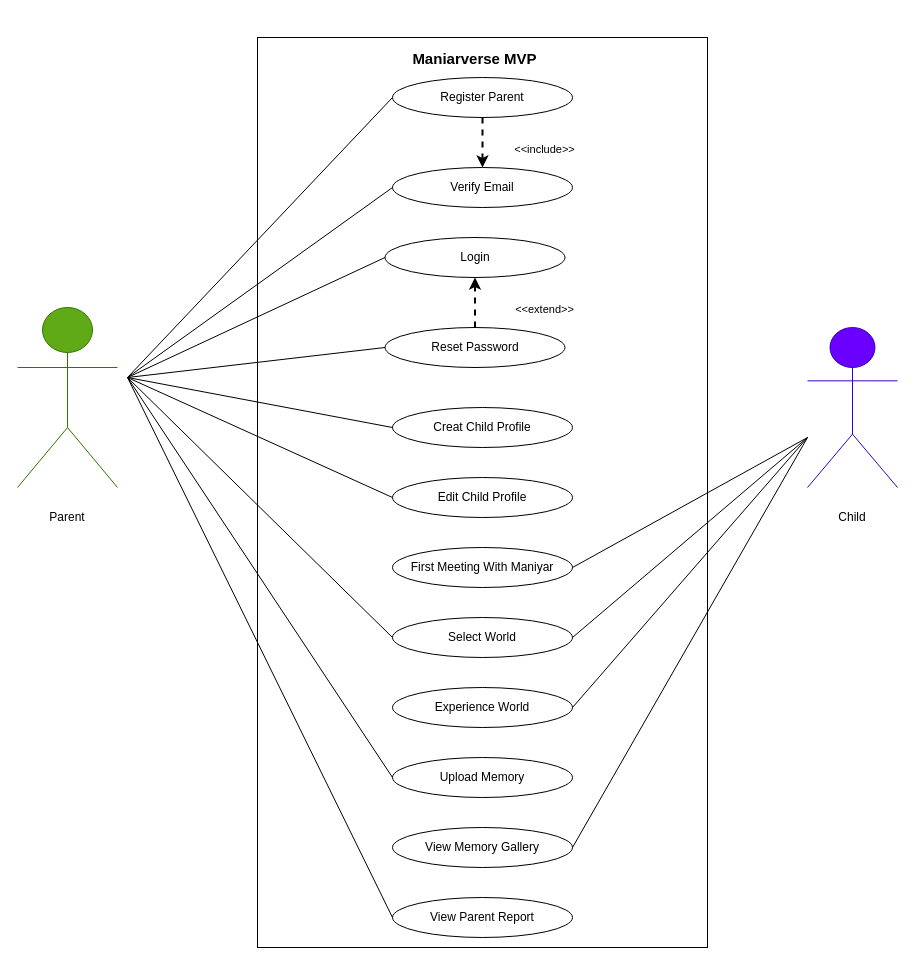
Above: docs/requirements/UseCaseDiagram_MVP_v1.0.drawio in khodadadipoone-boop/-Maniarverse- (draw.io), before the change. Source tidied: cells renumbered, new cells numbered last; positions are measured from the earlier drawing's top-left corner, leaving out a move shared by most shapes. Both pictures are drawn from the tidied source at 100%, with x=0, y=0 at pixel (17, 37).
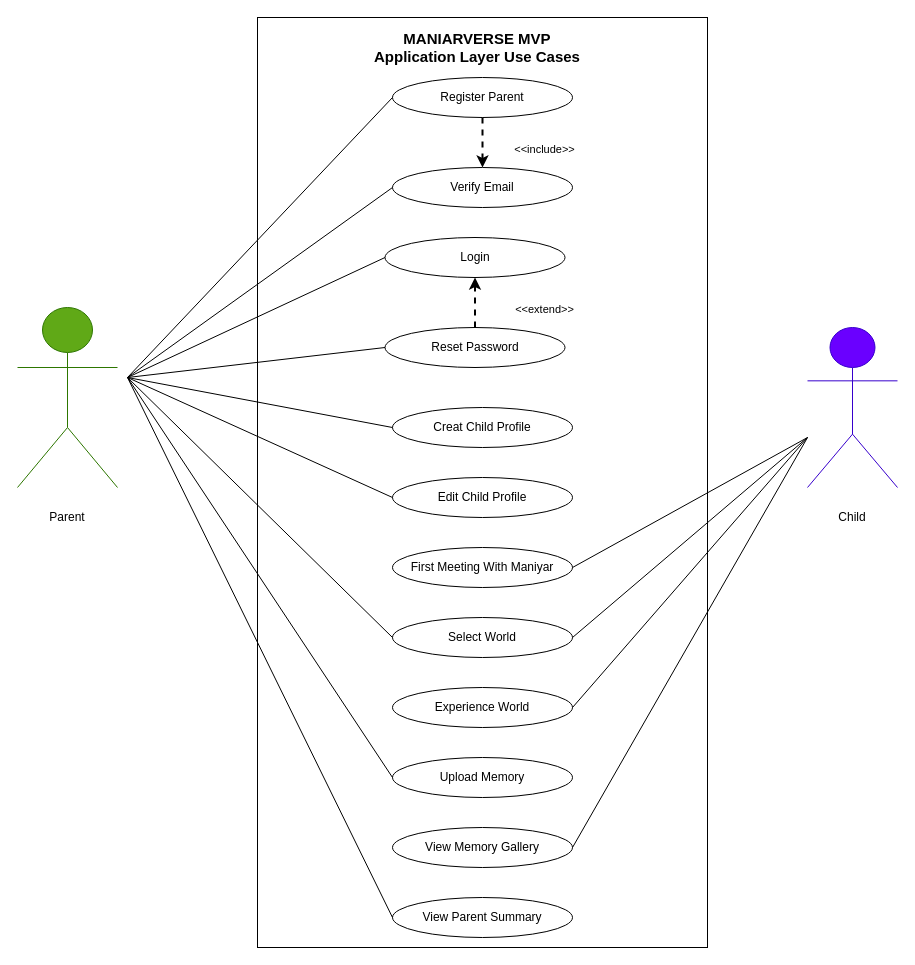
The same page after the edit.

The edit, as a diff of the source:
```diff
@@
     <mxCell id="4" value="&lt;div&gt;&lt;br&gt;&lt;/div&gt;" style="whiteSpace=wrap;html=1;" parent="1" vertex="1">
-      <mxGeometry x="240" width="450" height="910" as="geometry" />
+      <mxGeometry x="240" y="-20" width="450" height="930" as="geometry" />
     </mxCell>
@@
-    <mxCell id="16" value="View Parent Report" style="ellipse;whiteSpace=wrap;html=1;fillColor=light-dark(#FFFFFF,#006600);" parent="1" vertex="1">
+    <mxCell id="16" value="View Parent Summary" style="ellipse;whiteSpace=wrap;html=1;fillColor=light-dark(#FFFFFF,#006600);" parent="1" vertex="1">
       <mxGeometry x="375" y="860" width="180" height="40" as="geometry" />
     </mxCell>
-    <mxCell id="17" value="&#10;Maniarverse MVP &#10;&#10;" style="rounded=1;whiteSpace=wrap;html=1;strokeColor=none;fontStyle=1;fontSize=15;fontColor=light-dark(#000000,#FF0000);fillColor=none;" parent="1" vertex="1">
-      <mxGeometry x="390" y="10" width="135" height="40" as="geometry" />
+    <mxCell id="17" value="&lt;div&gt;MANIARVERSE MVP&lt;/div&gt;&lt;div&gt;Application Layer Use Cases&lt;/div&gt;" style="rounded=1;whiteSpace=wrap;html=1;strokeColor=none;fontStyle=1;fontSize=15;fontColor=light-dark(#000000,#FF0000);fillColor=none;" parent="1" vertex="1">
+      <mxGeometry x="325" y="-10" width="270" height="40" as="geometry" />
     </mxCell>
```
